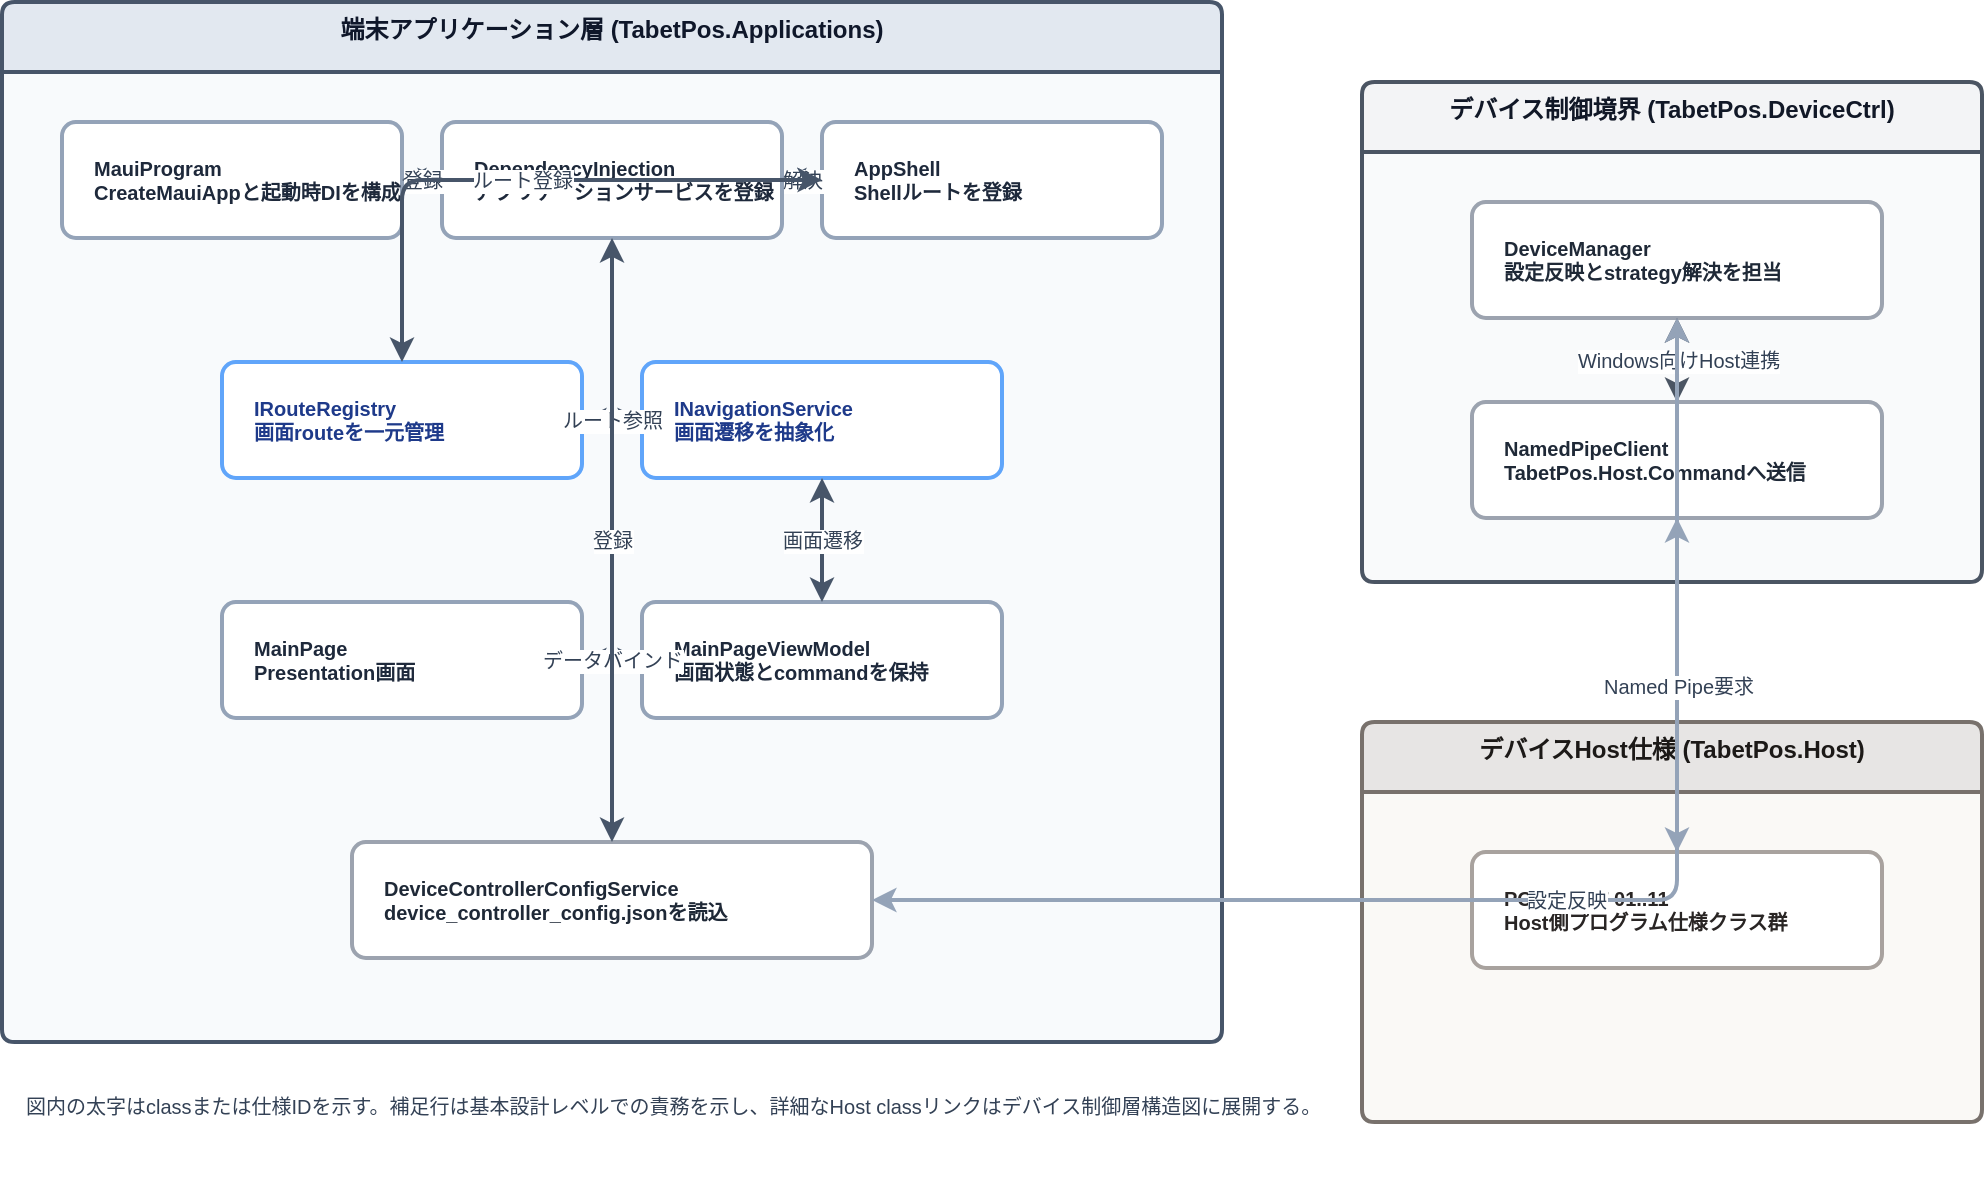
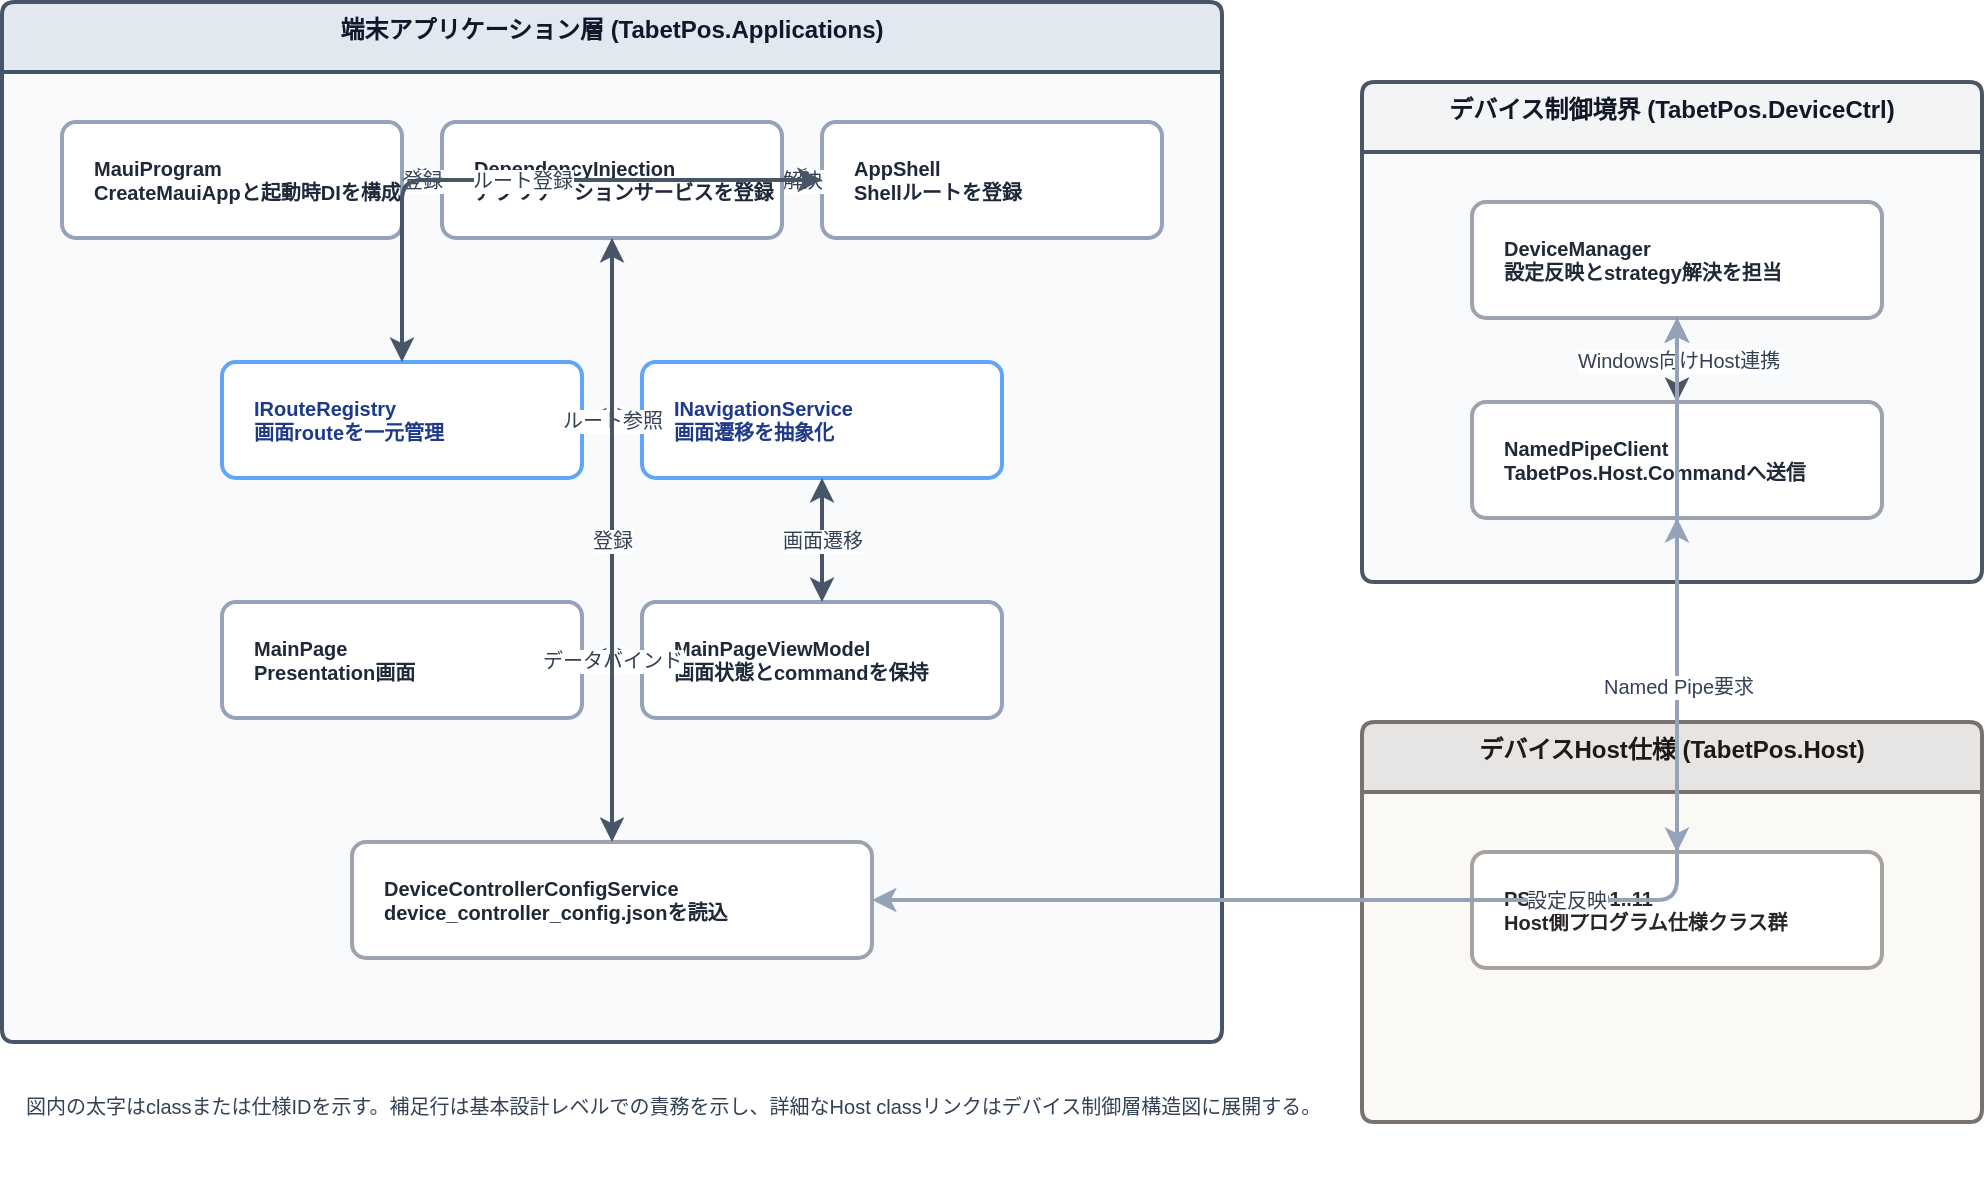
<mxfile host="65bd71144e">
    <diagram name="Page-1" id="generated-architecture">
        <mxGraphModel dx="135" dy="784" grid="1" gridSize="10" guides="1" tooltips="1" connect="1" arrows="1" fold="1" page="1" pageScale="1" pageWidth="1100" pageHeight="850" background="#ffffff" math="0" shadow="0">
            <root>
                <mxCell id="0"/>
                <mxCell id="1" parent="0"/>
                <mxCell id="c_app" value="端末アプリケーション層 (TabetPos.Applications)" style="swimlane;html=1;whiteSpace=wrap;fontStyle=1;align=center;verticalAlign=top;fillColor=#E2E8F0;swimlaneFillColor=#F8FAFC;strokeColor=#475569;strokeWidth=2;rounded=1;arcSize=6;collapsible=0;recursiveResize=0;startSize=35;fontColor=#0F172A;fontSize=12;" parent="1" vertex="1">
                    <mxGeometry x="40" y="70" width="610" height="520" as="geometry"/>
                </mxCell>
                <mxCell id="n_mauiprogram" value="&lt;b&gt;MauiProgram&lt;/b&gt;&lt;br/&gt;CreateMauiAppと起動時DIを構成" style="rounded=1;whiteSpace=wrap;html=1;arcSize=12;fillColor=#FFFFFF;strokeColor=#94A3B8;strokeWidth=2;fontStyle=1;fontColor=#1E293B;align=left;spacingLeft=14;fontSize=10;" parent="c_app" vertex="1">
                    <mxGeometry x="30" y="60" width="170" height="58" as="geometry"/>
                </mxCell>
                <mxCell id="n_di" value="&lt;b&gt;DependencyInjection&lt;/b&gt;&lt;br/&gt;アプリケーションサービスを登録" style="rounded=1;whiteSpace=wrap;html=1;arcSize=12;fillColor=#FFFFFF;strokeColor=#94A3B8;strokeWidth=2;fontStyle=1;fontColor=#1E293B;align=left;spacingLeft=14;fontSize=10;" parent="c_app" vertex="1">
                    <mxGeometry x="220" y="60" width="170" height="58" as="geometry"/>
                </mxCell>
                <mxCell id="n_appshell" value="&lt;b&gt;AppShell&lt;/b&gt;&lt;br/&gt;Shellルートを登録" style="rounded=1;whiteSpace=wrap;html=1;arcSize=12;fillColor=#FFFFFF;strokeColor=#94A3B8;strokeWidth=2;fontStyle=1;fontColor=#1E293B;align=left;spacingLeft=14;fontSize=10;" parent="c_app" vertex="1">
                    <mxGeometry x="410" y="60" width="170" height="58" as="geometry"/>
                </mxCell>
                <mxCell id="n_route" value="&lt;b&gt;IRouteRegistry&lt;/b&gt;&lt;br/&gt;画面routeを一元管理" style="rounded=1;whiteSpace=wrap;html=1;arcSize=12;fillColor=#FFFFFF;strokeColor=#60A5FA;strokeWidth=2;fontStyle=1;fontColor=#1E3A8A;align=left;spacingLeft=14;fontSize=10;" parent="c_app" vertex="1">
                    <mxGeometry x="110" y="180" width="180" height="58" as="geometry"/>
                </mxCell>
                <mxCell id="n_nav" value="&lt;b&gt;INavigationService&lt;/b&gt;&lt;br/&gt;画面遷移を抽象化" style="rounded=1;whiteSpace=wrap;html=1;arcSize=12;fillColor=#FFFFFF;strokeColor=#60A5FA;strokeWidth=2;fontStyle=1;fontColor=#1E3A8A;align=left;spacingLeft=14;fontSize=10;" parent="c_app" vertex="1">
                    <mxGeometry x="320" y="180" width="180" height="58" as="geometry"/>
                </mxCell>
                <mxCell id="n_mainpage" value="&lt;b&gt;MainPage&lt;/b&gt;&lt;br/&gt;Presentation画面" style="rounded=1;whiteSpace=wrap;html=1;arcSize=12;fillColor=#FFFFFF;strokeColor=#94A3B8;strokeWidth=2;fontStyle=1;fontColor=#1E293B;align=left;spacingLeft=14;fontSize=10;" parent="c_app" vertex="1">
                    <mxGeometry x="110" y="300" width="180" height="58" as="geometry"/>
                </mxCell>
                <mxCell id="n_mainvm" value="&lt;b&gt;MainPageViewModel&lt;/b&gt;&lt;br/&gt;画面状態とcommandを保持" style="rounded=1;whiteSpace=wrap;html=1;arcSize=12;fillColor=#FFFFFF;strokeColor=#94A3B8;strokeWidth=2;fontStyle=1;fontColor=#1E293B;align=left;spacingLeft=14;fontSize=10;" parent="c_app" vertex="1">
                    <mxGeometry x="320" y="300" width="180" height="58" as="geometry"/>
                </mxCell>
                <mxCell id="n_config" value="&lt;b&gt;DeviceControllerConfigService&lt;/b&gt;&lt;br/&gt;device_controller_config.jsonを読込" style="rounded=1;whiteSpace=wrap;html=1;arcSize=12;fillColor=#FFFFFF;strokeColor=#9CA3AF;strokeWidth=2;fontStyle=1;fontColor=#1F2937;align=left;spacingLeft=14;fontSize=10;" parent="c_app" vertex="1">
                    <mxGeometry x="175" y="420" width="260" height="58" as="geometry"/>
                </mxCell>
                <mxCell id="c_device" value="デバイス制御境界 (TabetPos.DeviceCtrl)" style="swimlane;html=1;whiteSpace=wrap;fontStyle=1;align=center;verticalAlign=top;fillColor=#F3F4F6;swimlaneFillColor=#F9FAFB;strokeColor=#4B5563;strokeWidth=2;rounded=1;arcSize=6;collapsible=0;recursiveResize=0;startSize=35;fontColor=#111827;fontSize=12;" parent="1" vertex="1">
                    <mxGeometry x="720" y="110" width="310" height="250" as="geometry"/>
                </mxCell>
                <mxCell id="n_devicemanager" value="&lt;b&gt;DeviceManager&lt;/b&gt;&lt;br/&gt;設定反映とstrategy解決を担当" style="rounded=1;whiteSpace=wrap;html=1;arcSize=12;fillColor=#FFFFFF;strokeColor=#9CA3AF;strokeWidth=2;fontStyle=1;fontColor=#1F2937;align=left;spacingLeft=14;fontSize=10;" parent="c_device" vertex="1">
                    <mxGeometry x="55" y="60" width="205" height="58" as="geometry"/>
                </mxCell>
                <mxCell id="n_namedpipe" value="&lt;b&gt;NamedPipeClient&lt;/b&gt;&lt;br/&gt;TabetPos.Host.Commandへ送信" style="rounded=1;whiteSpace=wrap;html=1;arcSize=12;fillColor=#FFFFFF;strokeColor=#9CA3AF;strokeWidth=2;fontStyle=1;fontColor=#1F2937;align=left;spacingLeft=14;fontSize=10;" parent="c_device" vertex="1">
                    <mxGeometry x="55" y="160" width="205" height="58" as="geometry"/>
                </mxCell>
                <mxCell id="c_host" value="デバイスHost仕様 (TabetPos.Host)" style="swimlane;html=1;whiteSpace=wrap;fontStyle=1;align=center;verticalAlign=top;fillColor=#E7E5E4;swimlaneFillColor=#FAF9F6;strokeColor=#78716C;strokeWidth=2;rounded=1;arcSize=6;collapsible=0;recursiveResize=0;startSize=35;fontColor=#1C1917;fontSize=12;" parent="1" vertex="1">
                    <mxGeometry x="720" y="430" width="310" height="200" as="geometry"/>
                </mxCell>
-                 <mxCell id="n_host_specs" value="&lt;b&gt;POS-HOST-01..11&lt;/b&gt;&lt;br/&gt;Host側プログラム仕様クラス群" style="rounded=1;whiteSpace=wrap;html=1;arcSize=12;fillColor=#FFFFFF;strokeColor=#A8A29E;strokeWidth=2;fontStyle=1;fontColor=#292524;align=left;spacingLeft=14;fontSize=10;" parent="c_host" vertex="1" link="../../program-specs/PS-01_タブレットPOS_ホストデバイス制御方式/">
+                 <mxCell id="n_host_specs" value="&lt;b&gt;PS-HOST-01..11&lt;/b&gt;&lt;br/&gt;Host側プログラム仕様クラス群" style="rounded=1;whiteSpace=wrap;html=1;arcSize=12;fillColor=#FFFFFF;strokeColor=#A8A29E;strokeWidth=2;fontStyle=1;fontColor=#292524;align=left;spacingLeft=14;fontSize=10;" parent="c_host" vertex="1" link="../../program-specs/PS-01_タブレットPOS_ホストデバイス制御方式/">
                    <mxGeometry x="55" y="65" width="205" height="58" as="geometry"/>
                </mxCell>
                <mxCell id="e_maui_di" value="登録" style="edgeStyle=orthogonalEdgeStyle;rounded=1;orthogonalLoop=1;jettySize=auto;html=1;strokeColor=#475569;strokeWidth=2;startArrow=classic;endArrow=classic;fontColor=#334155;fontSize=10;labelBackgroundColor=#FFFFFF;" parent="c_app" source="n_mauiprogram" target="n_di" edge="1">
                    <mxGeometry relative="1" as="geometry"/>
                </mxCell>
                <mxCell id="e_di_shell" value="解決" style="edgeStyle=orthogonalEdgeStyle;rounded=1;orthogonalLoop=1;jettySize=auto;html=1;strokeColor=#475569;strokeWidth=2;startArrow=classic;endArrow=classic;fontColor=#334155;fontSize=10;labelBackgroundColor=#FFFFFF;" parent="c_app" source="n_di" target="n_appshell" edge="1">
                    <mxGeometry relative="1" as="geometry"/>
                </mxCell>
                <mxCell id="e_shell_route" value="ルート登録" style="edgeStyle=orthogonalEdgeStyle;rounded=1;orthogonalLoop=1;jettySize=auto;html=1;strokeColor=#475569;strokeWidth=2;startArrow=classic;endArrow=classic;fontColor=#334155;fontSize=10;labelBackgroundColor=#FFFFFF;" parent="c_app" source="n_appshell" target="n_route" edge="1">
                    <mxGeometry relative="1" as="geometry"/>
                </mxCell>
                <mxCell id="e_nav_route" value="ルート参照" style="edgeStyle=orthogonalEdgeStyle;rounded=1;orthogonalLoop=1;jettySize=auto;html=1;strokeColor=#475569;strokeWidth=2;startArrow=classic;endArrow=classic;fontColor=#334155;fontSize=10;labelBackgroundColor=#FFFFFF;" parent="c_app" source="n_nav" target="n_route" edge="1">
                    <mxGeometry relative="1" as="geometry"/>
                </mxCell>
                <mxCell id="e_page_vm" value="データバインド" style="edgeStyle=orthogonalEdgeStyle;rounded=1;orthogonalLoop=1;jettySize=auto;html=1;strokeColor=#475569;strokeWidth=2;startArrow=classic;endArrow=classic;fontColor=#334155;fontSize=10;labelBackgroundColor=#FFFFFF;" parent="c_app" source="n_mainpage" target="n_mainvm" edge="1">
                    <mxGeometry relative="1" as="geometry"/>
                </mxCell>
                <mxCell id="e_vm_nav" value="画面遷移" style="edgeStyle=orthogonalEdgeStyle;rounded=1;orthogonalLoop=1;jettySize=auto;html=1;strokeColor=#475569;strokeWidth=2;startArrow=classic;endArrow=classic;fontColor=#334155;fontSize=10;labelBackgroundColor=#FFFFFF;" parent="c_app" source="n_mainvm" target="n_nav" edge="1">
                    <mxGeometry relative="1" as="geometry"/>
                </mxCell>
                <mxCell id="e_di_config" value="登録" style="edgeStyle=orthogonalEdgeStyle;rounded=1;orthogonalLoop=1;jettySize=auto;html=1;strokeColor=#475569;strokeWidth=2;startArrow=classic;endArrow=classic;fontColor=#334155;fontSize=10;labelBackgroundColor=#FFFFFF;" parent="c_app" source="n_di" target="n_config" edge="1">
                    <mxGeometry relative="1" as="geometry"/>
                </mxCell>
                <mxCell id="e_config_manager" value="設定反映" style="edgeStyle=orthogonalEdgeStyle;rounded=1;orthogonalLoop=1;jettySize=auto;html=1;strokeColor=#94A3B8;strokeWidth=2;startArrow=classic;endArrow=classic;fontColor=#334155;fontSize=10;labelBackgroundColor=#FFFFFF;" parent="1" source="n_config" target="n_devicemanager" edge="1">
                    <mxGeometry relative="1" as="geometry"/>
                </mxCell>
                <mxCell id="e_manager_pipe" value="Windows向けHost連携" style="edgeStyle=orthogonalEdgeStyle;rounded=1;orthogonalLoop=1;jettySize=auto;html=1;strokeColor=#4B5563;strokeWidth=2;startArrow=classic;endArrow=classic;fontColor=#334155;fontSize=10;labelBackgroundColor=#FFFFFF;" parent="c_device" source="n_devicemanager" target="n_namedpipe" edge="1">
                    <mxGeometry relative="1" as="geometry"/>
                </mxCell>
                <mxCell id="e_pipe_host" value="Named Pipe要求" style="edgeStyle=orthogonalEdgeStyle;rounded=1;orthogonalLoop=1;jettySize=auto;html=1;strokeColor=#94A3B8;strokeWidth=2;startArrow=classic;endArrow=classic;fontColor=#334155;fontSize=10;labelBackgroundColor=#FFFFFF;" parent="1" source="n_namedpipe" target="n_host_specs" edge="1">
                    <mxGeometry relative="1" as="geometry"/>
                </mxCell>
                <mxCell id="t_note" value="図内の太字はclassまたは仕様IDを示す。補足行は基本設計レベルでの責務を示し、詳細なHost classリンクはデバイス制御層構造図に展開する。" style="text;html=1;strokeColor=none;fillColor=none;align=left;verticalAlign=top;whiteSpace=wrap;rounded=0;fontSize=10;fontColor=#334155;" parent="1" vertex="1">
                    <mxGeometry x="50" y="610" width="980" height="50" as="geometry"/>
                </mxCell>
            </root>
        </mxGraphModel>
    </diagram>
</mxfile>
